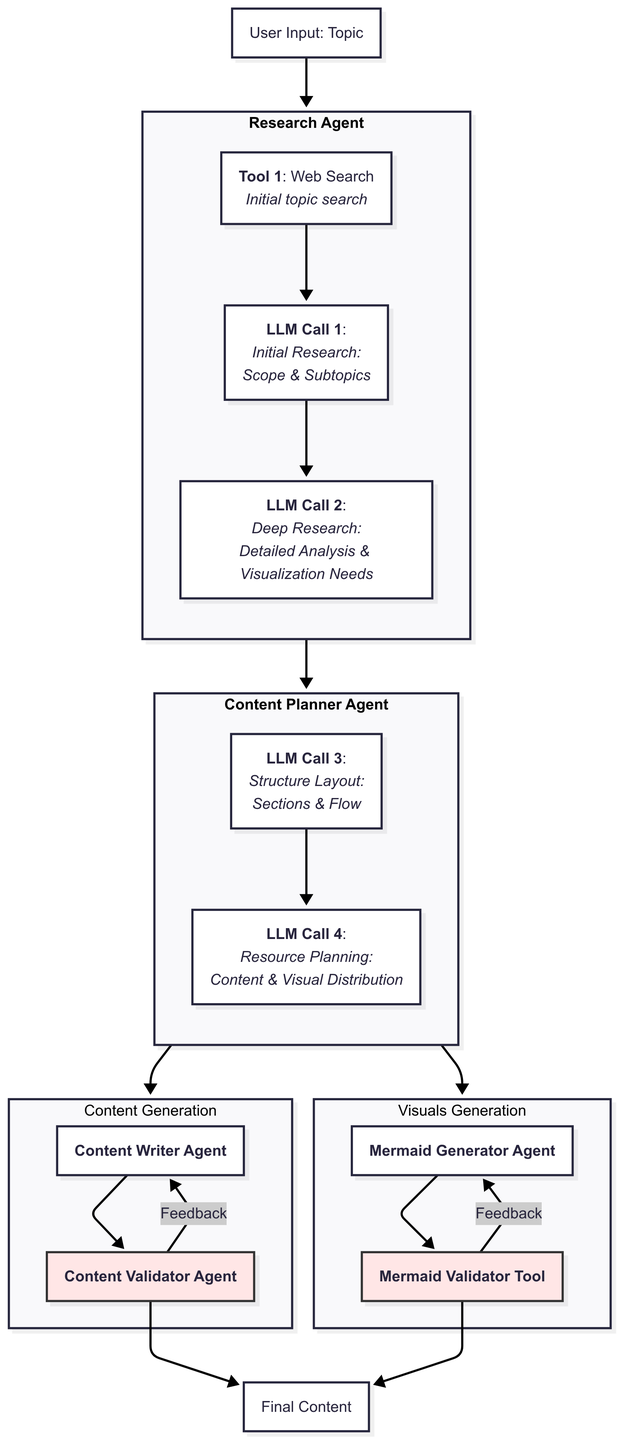
rishi255/learnmate keeps this Mermaid diagram as documentation/multi_agent_design_flowchart.png. Above is the earlier version. Its source is kept beside it as documentation/multi_agent_design_flowchart.mmd.
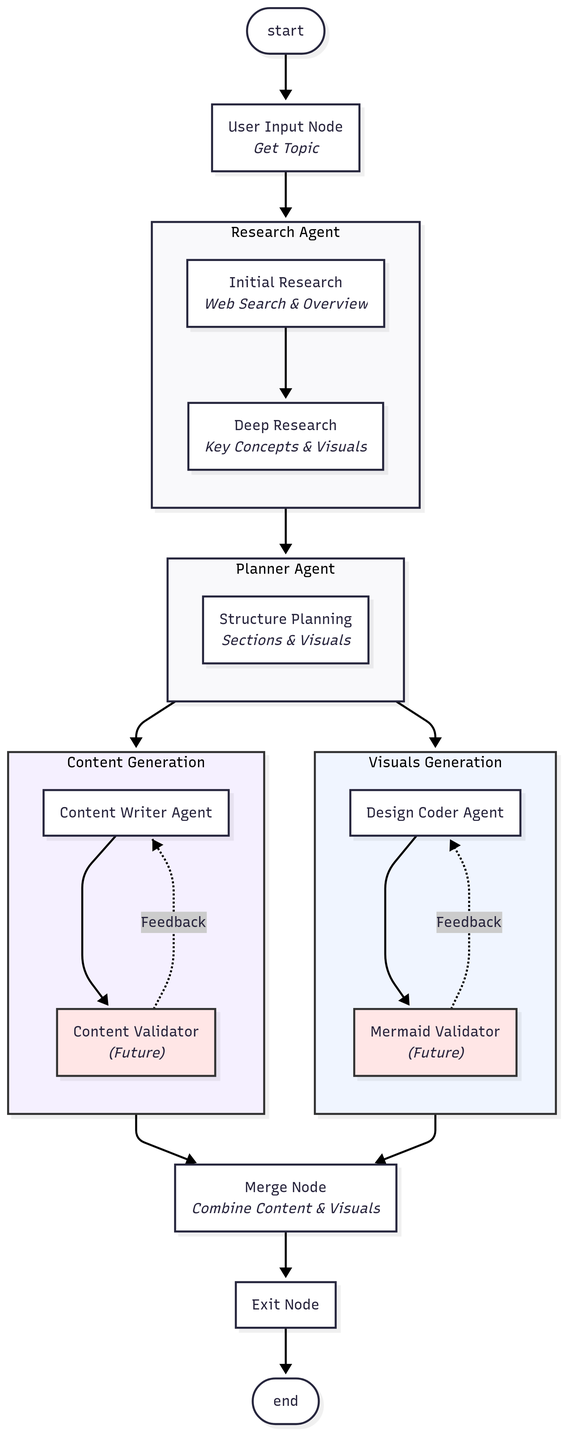
The same file after the commit.

Commit message:
📝 Design doc, flowchart and README updates

Diff of the diagram source:
```diff
@@ -3,36 +3,39 @@
   layout: dagre
 ---
 flowchart TD
- subgraph B["**Research Agent**"]
-        B1["**Tool 1**: Web Search<br><i>Initial topic search</i>"]
-        B2["**LLM Call 1**:<br><i>Initial Research:<br>Scope &amp; Subtopics</i>"]
-        B3["**LLM Call 2**:<br><i>Deep Research:<br>Detailed Analysis &amp; Visualization Needs</i>"]
-  end
- subgraph P["**Content Planner Agent**"]
-        P1["**LLM Call 3**:<br><i>Structure Layout:<br>Sections &amp; Flow</i>"]
-        P2["**LLM Call 4**:<br><i>Resource Planning:<br>Content &amp; Visual Distribution</i>"]
-  end
- subgraph ContentPath["Content Generation"]
-        C["**Content Writer Agent**"]
-        CV["**Content Validator Agent**"]
-  end
- subgraph VisualPath["Visuals Generation"]
-        M["**Mermaid Generator Agent**"]
-        MV["**Mermaid Validator Tool**"]
-  end
-    A["User Input: Topic"] --> B
-    B1 --> B2
-    B2 --> B3
-    P1 --> P2
-    C --> CV
-    CV -- Feedback --> C
-    M --> MV
-    MV -- Feedback --> M
-    B --> P
+    start([start]) --> A["User Input Node<br><i>Get Topic</i>"]
+    A --> B["Research Agent"]
+
+    subgraph B["Research Agent"]
+        direction TB
+        B1["Initial Research<br><i>Web Search & Overview</i>"] --> B2["Deep Research<br><i>Key Concepts & Visuals</i>"]
+    end
+    B --> P["Planner Agent"]
+
+    subgraph P["Planner Agent"]
+        P1["Structure Planning<br><i>Sections & Visuals</i>"]
+    end
+
     P --> ContentPath & VisualPath
-    CV --> F["Final Content"]
-    MV --> F
-    style CV fill:#ffe6e6,stroke:#333
-    style MV fill:#ffe6e6,stroke:#333
+
+    subgraph ContentPath["Content Generation"]
+        C["Content Writer Agent"] --> CV["Content Validator<br><i>(Future)</i>"]
+        CV -..-> |Feedback| C
+    end
+
+    subgraph VisualPath["Visuals Generation"]
+        M["Design Coder Agent"] --> MV["Mermaid Validator<br><i>(Future)</i>"]
+        MV -..-> |Feedback| M
+    end
+
+    ContentPath & VisualPath --> merge["Merge Node<br><i>Combine Content & Visuals</i>"]
+
+    merge --> exit["Exit Node"]
+    exit --> endnode([end])
+
+    classDef future fill:#ffe6e6,stroke:#333
+    classDef state fill:#e6ffe6,stroke:#333,stroke-dasharray: 5 5
+    class CV,MV future
+    class save1,save2,save3,save4a,save4b,save5 state
     style ContentPath fill:#f5f0ff,stroke:#333
     style VisualPath fill:#f0f5ff,stroke:#333
```
